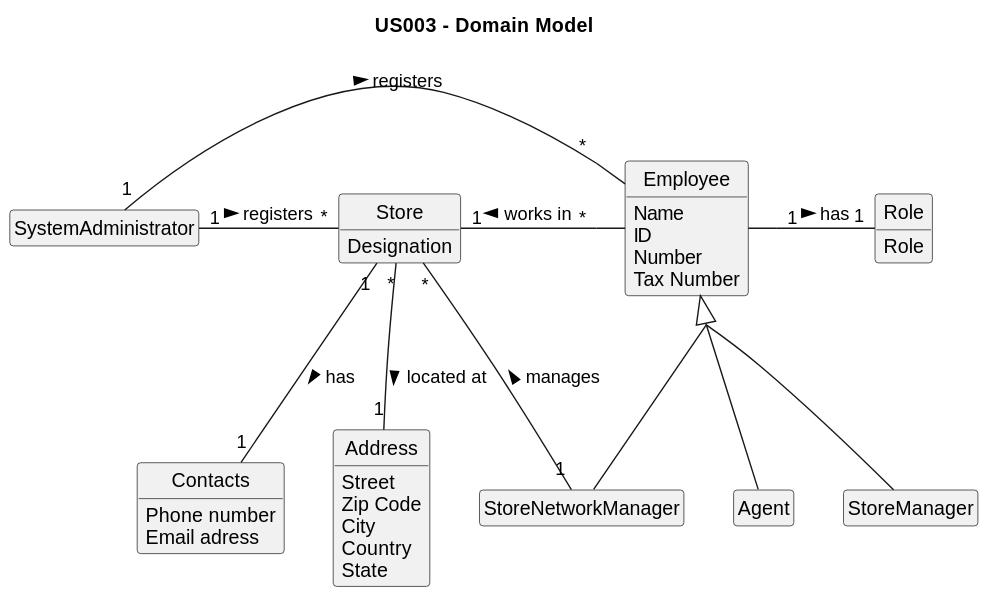
Before: docs/sprintB/US03/02.analysis/svg/us03-domain-model.svg, a diagram exported from PlantUML (PureNimble/ISEP-LAPR2). Its diagram source:
```plantuml
@startuml

title US003 - Domain Model

skinparam monochrome true
skinparam packageStyle rectangle
skinparam shadowing false
hide empty members
skinparam groupInheritance 3
hide circle

class Contacts

class SystemAdministrator

class Employee

class Role

class SystemAdministrator

class Agent

class StoreManager

class StoreNetworkManager

class Store

class Address

class Role {
Role
}

class Store {
Designation

}

class Address {
Street
Zip Code
City
Country
State
}

class SystemAdministrator {
}

class Employee {
Name
ID
Number
Tax Number
}

class Contacts {
Phone number
Email adress
}

SystemAdministrator "1" - "*" Store : registers >

Store "*" -- "1" Address : located at >

Store "1" - "*" Employee : works in <

SystemAdministrator "1" - "*" Employee : registers >

Employee "1" - "1" Role : has >

Employee <|--  StoreNetworkManager

Employee <|--  StoreManager

Employee <|-- Agent

StoreNetworkManager "1" - "*" Store : manages >

Store "1" -- "1" Contacts: has >
@enduml
```
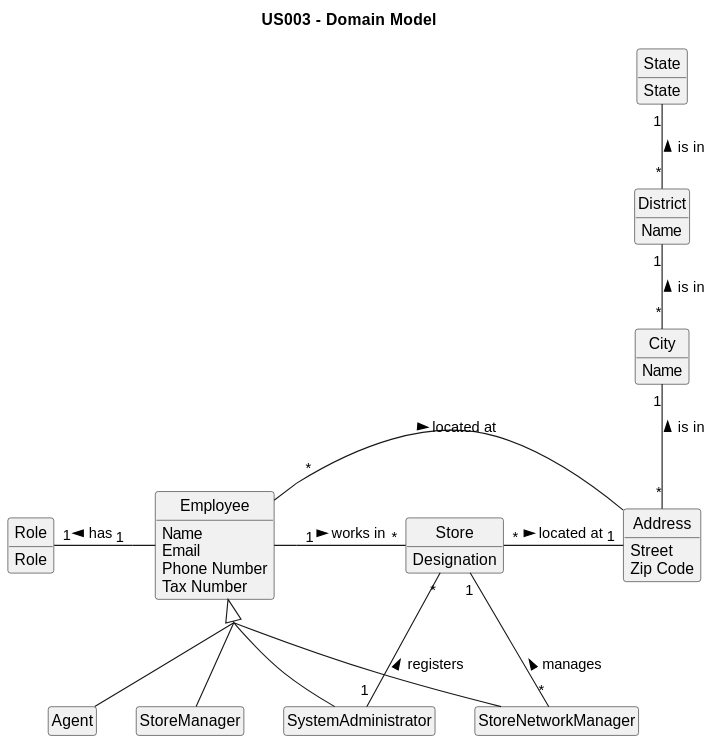
After the commit.

The edit, as a diff of the source:
```diff
@@ -8,8 +8,6 @@
 hide empty members
 skinparam groupInheritance 3
 hide circle
-
-class Contacts
 
 class SystemAdministrator
 
@@ -41,8 +39,17 @@
 class Address {
 Street
 Zip Code
-City
-Country
+}
+
+class District{
+Name
+}
+
+class City{
+Name
+}
+
+class State{
 State
 }
 
@@ -51,33 +58,33 @@
 
 class Employee {
 Name
-ID
-Number
+Email
+Phone Number
 Tax Number
 }
 
-class Contacts {
-Phone number
-Email adress
-}
 
-SystemAdministrator "1" - "*" Store : registers >
 
-Store "*" -- "1" Address : located at >
-
-Store "1" - "*" Employee : works in <
-
-SystemAdministrator "1" - "*" Employee : registers >
-
-Employee "1" - "1" Role : has >
-
-Employee <|--  StoreNetworkManager
-
-Employee <|--  StoreManager
 
 Employee <|-- Agent
+Employee <|-- StoreNetworkManager
+Employee <|-- StoreManager
+Employee <|-- SystemAdministrator
 
-StoreNetworkManager "1" - "*" Store : manages >
+SystemAdministrator "1" -left- "*" Store : registers >
 
-Store "1" -- "1" Contacts: has >
+Store "*" - "1" Address : located at >
+Employee "1" - "*" Store : works in >
+
+Employee "1" -left "1" Role : has >
+
+Store "1" -- "*" StoreNetworkManager : manages <
+
+City "1" -- "*" Address : is in <
+
+District "1" -- "*" City : is in <
+
+State "1" -- "*" District :is in <
+
+Employee "*" - Address: located at >
 @enduml
```
